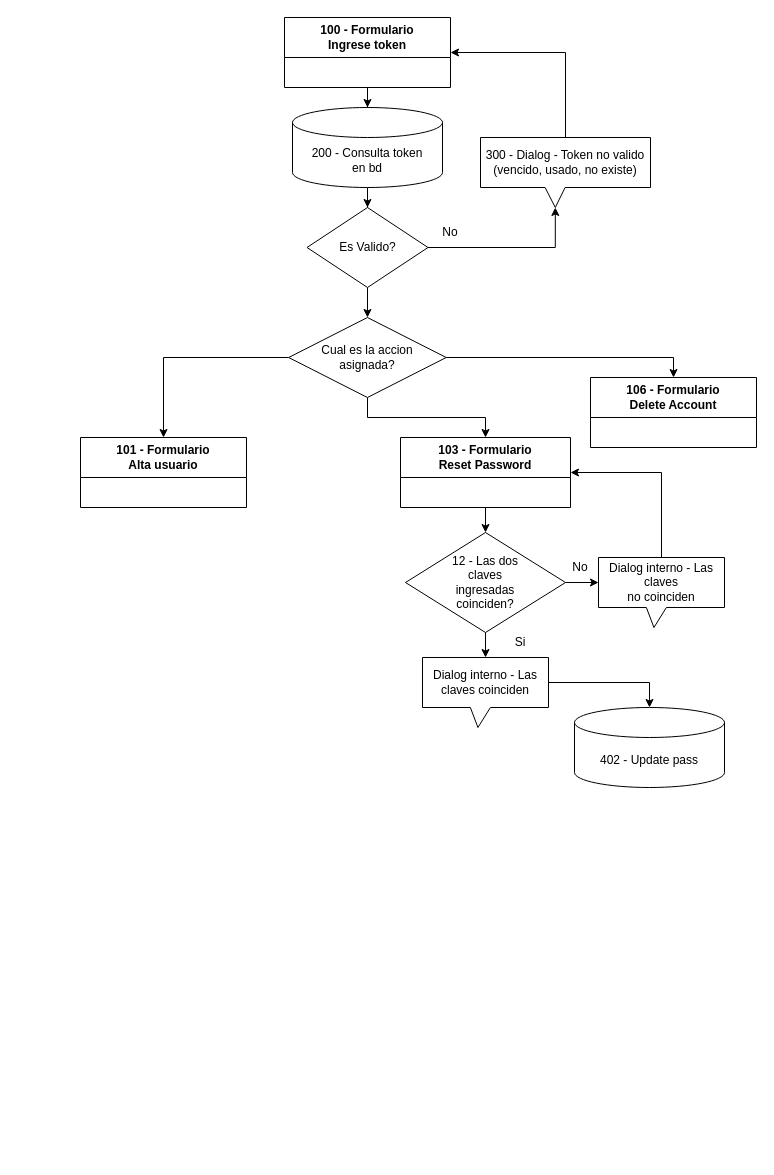
Before: validaphp.drawio in MaxiFranz/TrayectoP, a draw.io diagram. Source tidied: cells renumbered, new cells numbered last; positions are measured from the earlier drawing's top-left corner, leaving out a move shared by most shapes. Both pictures are drawn from the tidied source at 100%, with x=0, y=0 at pixel (80, 17).
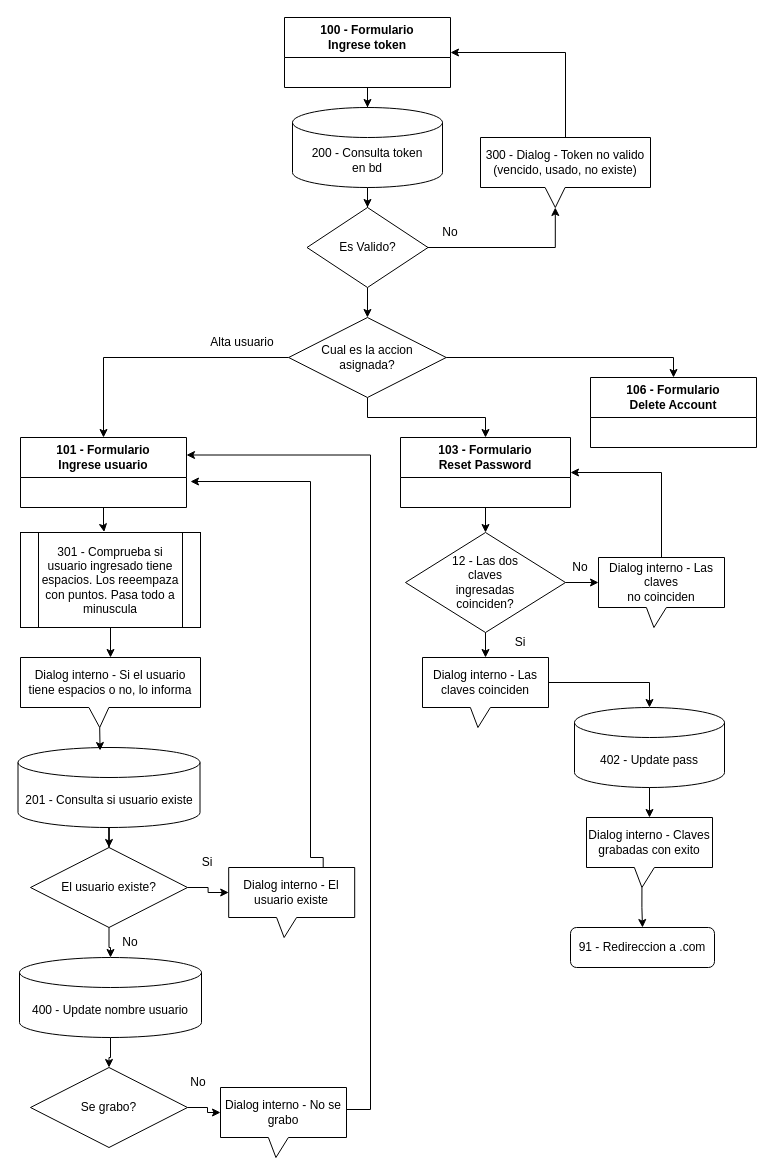
The same diagram, later.

The change refers to these unchanged cells:
```xml
<mxCell id="20" value="402 - Update pass" style="shape=cylinder3;whiteSpace=wrap;html=1;boundedLbl=1;backgroundOutline=1;size=15;" parent="1" vertex="1">
  <mxGeometry x="494" y="690" width="150" height="80" as="geometry" />
</mxCell>
```

The edit, as a diff of the source:
```diff
@@
-    <mxCell id="16" value="101 - Formulario &lt;br&gt;Alta usuario" style="swimlane;whiteSpace=wrap;html=1;startSize=40;" parent="1" vertex="1">
-      <mxGeometry y="420" width="166" height="70" as="geometry" />
+    <mxCell id="16" value="101 - Formulario &lt;br&gt;Ingrese usuario" style="swimlane;whiteSpace=wrap;html=1;startSize=40;" parent="1" vertex="1">
+      <mxGeometry x="-60" y="420" width="166" height="70" as="geometry" />
     </mxCell>
@@
+    <mxCell id="30" style="edgeStyle=orthogonalEdgeStyle;rounded=0;jettySize=auto;html=1;entryX=0.5;entryY=0;entryDx=0;entryDy=0;exitX=0;exitY=0;exitDx=55.44;exitDy=70;exitPerimeter=0;" parent="1" edge="1" source="31" target="33">
+      <mxGeometry relative="1" as="geometry" />
+    </mxCell>
+    <mxCell id="31" value="Dialog interno - Claves&lt;br&gt;grabadas con exito" style="shape=callout;whiteSpace=wrap;html=1;perimeter=calloutPerimeter;position2=0.44;size=20;position=0.38;" parent="1" vertex="1">
+      <mxGeometry x="506" y="800" width="126" height="70" as="geometry" />
+    </mxCell>
+    <mxCell id="32" style="edgeStyle=orthogonalEdgeStyle;rounded=0;jettySize=auto;html=1;entryX=0.5;entryY=0;entryDx=0;entryDy=0;entryPerimeter=0;" parent="1" edge="1" source="20" target="31">
+      <mxGeometry relative="1" as="geometry" />
+    </mxCell>
+    <mxCell id="33" value="91 - Redireccion a .com" style="rounded=1;whiteSpace=wrap;html=1;" parent="1" vertex="1">
+      <mxGeometry x="490" y="910" width="144" height="40" as="geometry" />
+    </mxCell>
+    <mxCell id="34" value="Alta usuario" style="text;html=1;strokeColor=none;fillColor=none;align=center;verticalAlign=middle;whiteSpace=wrap;rounded=0;" parent="1" vertex="1">
+      <mxGeometry x="96.5" y="310" width="130" height="30" as="geometry" />
+    </mxCell>
+    <mxCell id="35" style="edgeStyle=orthogonalEdgeStyle;rounded=0;jettySize=auto;html=1;entryX=0.5;entryY=0;entryDx=0;entryDy=0;" parent="1" edge="1" source="36" target="43">
+      <mxGeometry relative="1" as="geometry" />
+    </mxCell>
+    <mxCell id="36" value="201 - Consulta si usuario existe" style="shape=cylinder3;whiteSpace=wrap;html=1;boundedLbl=1;backgroundOutline=1;size=15;" parent="1" vertex="1">
+      <mxGeometry x="-62.5" y="730" width="182" height="80" as="geometry" />
+    </mxCell>
+    <mxCell id="37" value="301 - Comprueba si usuario ingresado tiene espacios. Los reeempaza con puntos. Pasa todo a minuscula" style="shape=process;whiteSpace=wrap;html=1;backgroundOutline=1;" parent="1" vertex="1">
+      <mxGeometry x="-60" y="515" width="180" height="95" as="geometry" />
+    </mxCell>
+    <mxCell id="38" style="edgeStyle=orthogonalEdgeStyle;rounded=0;jettySize=auto;html=1;entryX=0.465;entryY=-0.005;entryDx=0;entryDy=0;entryPerimeter=0;" parent="1" edge="1" source="16" target="37">
+      <mxGeometry relative="1" as="geometry" />
+    </mxCell>
+    <mxCell id="39" value="Dialog interno - Si el usuario tiene espacios o no, lo informa" style="shape=callout;whiteSpace=wrap;html=1;perimeter=calloutPerimeter;position2=0.44;size=20;position=0.38;" parent="1" vertex="1">
+      <mxGeometry x="-60" y="640" width="180" height="70" as="geometry" />
+    </mxCell>
+    <mxCell id="40" style="edgeStyle=orthogonalEdgeStyle;rounded=0;jettySize=auto;html=1;entryX=0.5;entryY=0;entryDx=0;entryDy=0;entryPerimeter=0;" parent="1" edge="1" source="37" target="39">
+      <mxGeometry relative="1" as="geometry" />
+    </mxCell>
+    <mxCell id="41" style="edgeStyle=orthogonalEdgeStyle;rounded=0;jettySize=auto;html=1;entryX=0.451;entryY=0.038;entryDx=0;entryDy=0;entryPerimeter=0;exitX=0;exitY=0;exitDx=79.2;exitDy=70;exitPerimeter=0;" parent="1" edge="1" source="39" target="36">
+      <mxGeometry relative="1" as="geometry" />
+    </mxCell>
+    <mxCell id="42" style="edgeStyle=orthogonalEdgeStyle;rounded=0;jettySize=auto;html=1;" parent="1" edge="1" source="43" target="49">
+      <mxGeometry relative="1" as="geometry" />
+    </mxCell>
+    <mxCell id="43" value="El usuario existe?" style="rhombus;whiteSpace=wrap;html=1;" parent="1" vertex="1">
+      <mxGeometry x="-50" y="830" width="157" height="80" as="geometry" />
+    </mxCell>
+    <mxCell id="44" value="Dialog interno - El usuario existe" style="shape=callout;whiteSpace=wrap;html=1;perimeter=calloutPerimeter;position2=0.44;size=20;position=0.38;" parent="1" vertex="1">
+      <mxGeometry x="148.2" y="850" width="126" height="70" as="geometry" />
+    </mxCell>
+    <mxCell id="45" style="edgeStyle=orthogonalEdgeStyle;rounded=0;jettySize=auto;html=1;entryX=0;entryY=0;entryDx=0;entryDy=25;entryPerimeter=0;" parent="1" edge="1" source="43" target="44">
+      <mxGeometry relative="1" as="geometry" />
+    </mxCell>
+    <mxCell id="46" style="edgeStyle=orthogonalEdgeStyle;rounded=0;jettySize=auto;html=1;entryX=1.024;entryY=0.629;entryDx=0;entryDy=0;entryPerimeter=0;exitX=0.75;exitY=0;exitDx=0;exitDy=0;exitPerimeter=0;" parent="1" edge="1" source="44" target="16">
+      <mxGeometry relative="1" as="geometry">
+        <Array as="points">
+          <mxPoint x="243" y="840" />
+          <mxPoint x="230" y="840" />
+          <mxPoint x="230" y="464" />
+        </Array>
+      </mxGeometry>
+    </mxCell>
+    <mxCell id="47" value="Si" style="text;html=1;strokeColor=none;fillColor=none;align=center;verticalAlign=middle;whiteSpace=wrap;rounded=0;" parent="1" vertex="1">
+      <mxGeometry x="96.5" y="830" width="60" height="30" as="geometry" />
+    </mxCell>
+    <mxCell id="48" style="edgeStyle=orthogonalEdgeStyle;rounded=0;jettySize=auto;html=1;" parent="1" edge="1" source="49" target="51">
+      <mxGeometry relative="1" as="geometry" />
+    </mxCell>
+    <mxCell id="49" value="400 - Update nombre usuario" style="shape=cylinder3;whiteSpace=wrap;html=1;boundedLbl=1;backgroundOutline=1;size=15;" parent="1" vertex="1">
+      <mxGeometry x="-61" y="940" width="182" height="80" as="geometry" />
+    </mxCell>
+    <mxCell id="50" value="No" style="text;html=1;strokeColor=none;fillColor=none;align=center;verticalAlign=middle;whiteSpace=wrap;rounded=0;" parent="1" vertex="1">
+      <mxGeometry x="20" y="910" width="60" height="30" as="geometry" />
+    </mxCell>
+    <mxCell id="51" value="Se grabo?" style="rhombus;whiteSpace=wrap;html=1;" parent="1" vertex="1">
+      <mxGeometry x="-50" y="1050" width="157" height="80" as="geometry" />
+    </mxCell>
+    <mxCell id="52" style="edgeStyle=orthogonalEdgeStyle;rounded=0;jettySize=auto;html=1;entryX=1;entryY=0.25;entryDx=0;entryDy=0;exitX=1;exitY=0.457;exitDx=0;exitDy=0;exitPerimeter=0;" parent="1" edge="1" source="53" target="16">
+      <mxGeometry relative="1" as="geometry">
+        <Array as="points">
+          <mxPoint x="266" y="1092" />
+          <mxPoint x="290" y="1092" />
+          <mxPoint x="290" y="438" />
+        </Array>
+      </mxGeometry>
+    </mxCell>
+    <mxCell id="53" value="Dialog interno - No se grabo" style="shape=callout;whiteSpace=wrap;html=1;perimeter=calloutPerimeter;position2=0.44;size=20;position=0.38;" parent="1" vertex="1">
+      <mxGeometry x="140" y="1070" width="126" height="70" as="geometry" />
+    </mxCell>
+    <mxCell id="54" style="edgeStyle=orthogonalEdgeStyle;rounded=0;jettySize=auto;html=1;entryX=0;entryY=0;entryDx=0;entryDy=25;entryPerimeter=0;" parent="1" edge="1" source="51" target="53">
+      <mxGeometry relative="1" as="geometry" />
+    </mxCell>
+    <mxCell id="55" value="No" style="text;html=1;strokeColor=none;fillColor=none;align=center;verticalAlign=middle;whiteSpace=wrap;rounded=0;" parent="1" vertex="1">
+      <mxGeometry x="88.2" y="1050" width="60" height="30" as="geometry" />
+    </mxCell>
```
